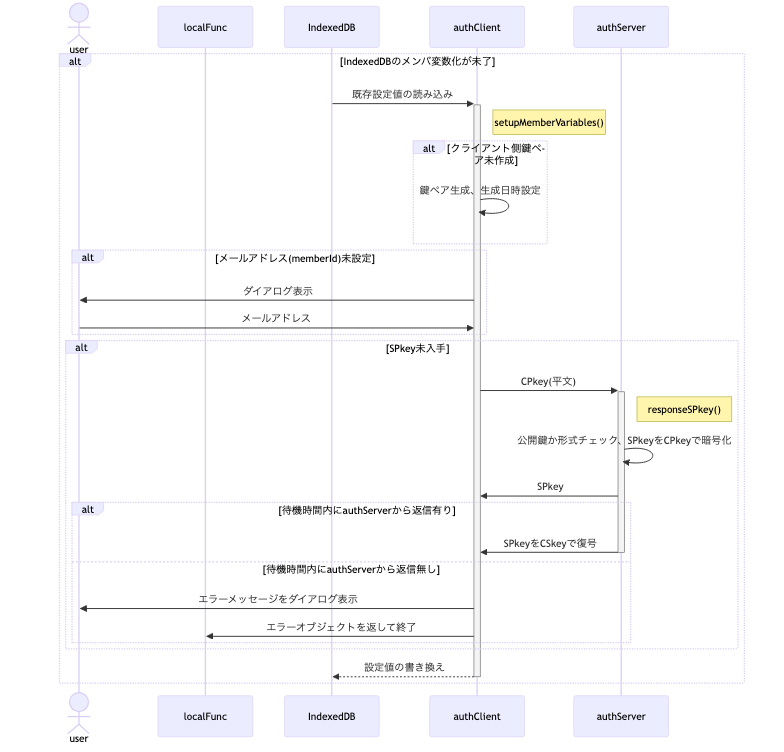
This is underDev/Auth/img/preparation.png from nakaone/library, a Mermaid export, as it was before one commit. Its source is kept beside it as underDev/Auth/doc/preparation.mermaid. Source of this version:
```mermaid

sequenceDiagram
  actor user
  participant localFunc
  participant IndexedDB
  participant authClient
  participant authServer

  alt IndexedDBのメンバ変数化が未了
    IndexedDB->>+authClient: 既存設定値の読み込み
    Note right of authClient: setupMemberVariables()
    alt クライアント側鍵ペア未作成
      authClient->>authClient: 鍵ペア生成、生成日時設定
    end
    alt メールアドレス(memberId)未設定
      authClient->>user: ダイアログ表示
      user->>authClient: メールアドレス
    end
    alt SPkey未入手
      authClient->>+authServer: CPkey(平文)
      Note right of authServer: responseSPkey()
      authServer->>authServer: 公開鍵か形式チェック、SPkeyをCPkeyで暗号化
      authServer->>authClient: SPkey
      alt 待機時間内にauthServerから返信有り
        authServer->>-authClient: SPkeyをCSkeyで復号
      else 待機時間内にauthServerから返信無し
        authClient->>user: エラーメッセージをダイアログ表示
        authClient->>localFunc: エラーオブジェクトを返して終了
      end
    end
    authClient-->>-IndexedDB: 設定値の書き換え
  end
```
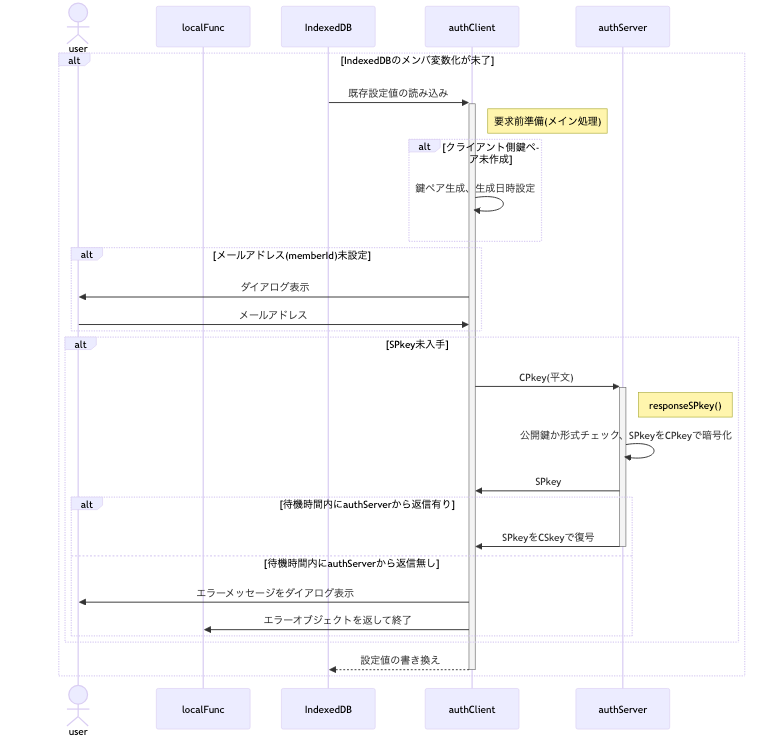
After the commit.

The edit, as a diff of the source:
```diff
@@ -8,13 +8,17 @@
 
   alt IndexedDBのメンバ変数化が未了
     IndexedDB->>+authClient: 既存設定値の読み込み
-    Note right of authClient: setupMemberVariables()
+    Note right of authClient: 要求前準備(メイン処理)
     alt クライアント側鍵ペア未作成
       authClient->>authClient: 鍵ペア生成、生成日時設定
     end
     alt メールアドレス(memberId)未設定
       authClient->>user: ダイアログ表示
       user->>authClient: メールアドレス
+    end
+    alt メンバの氏名(memberName)未設定
+      authClient->>user: ダイアログ表示
+      user->>authClient: メンバ氏名
     end
     alt SPkey未入手
       authClient->>+authServer: CPkey(平文)
```
